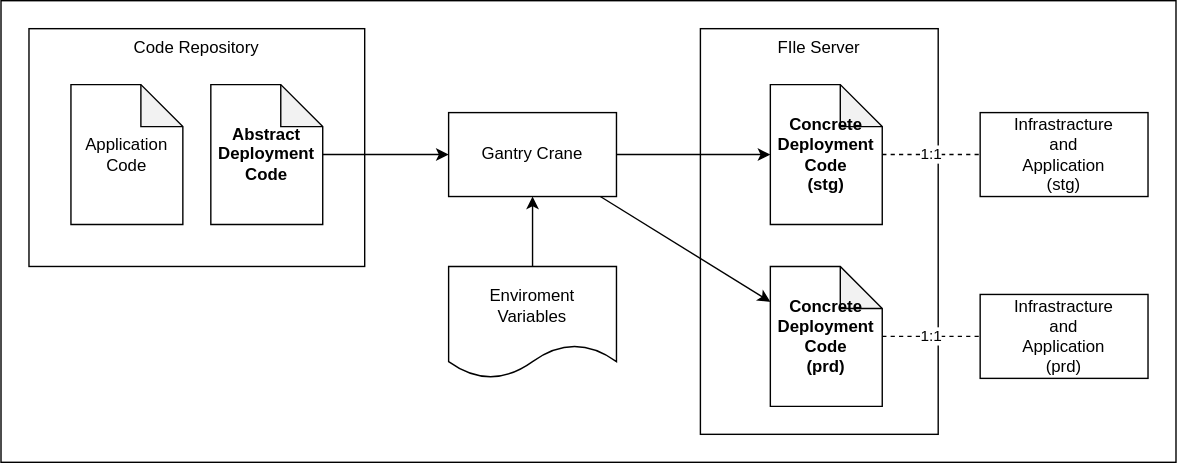
This is doc/images/adc-and-cdc.drawio.svg from SIOS-Technology-Inc/dacrane, a draw.io export, as it was before one commit. Source tidied: cells renumbered, new cells last; positions are measured from the earlier drawing's top-left corner, leaving out a move shared by most shapes.
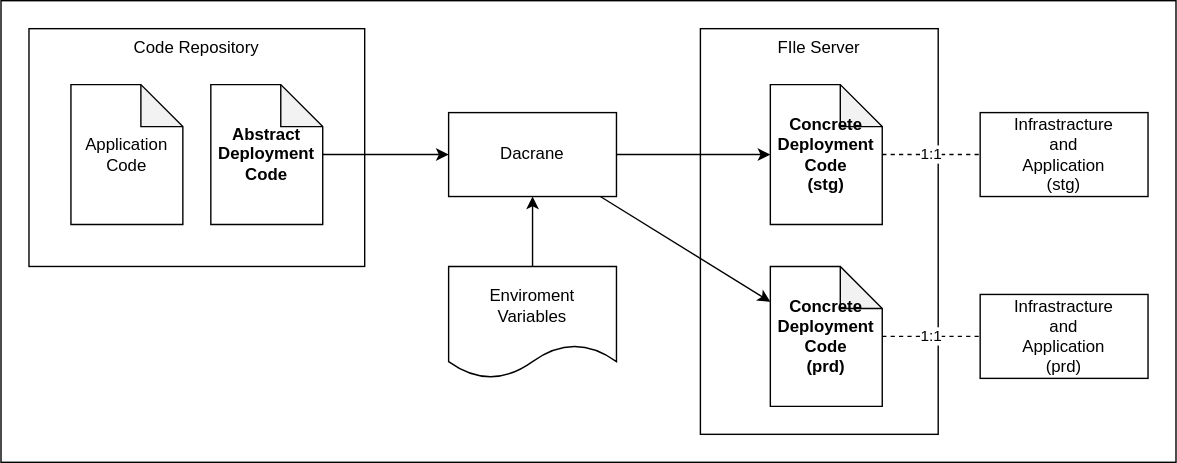
The same diagram one commit later.

Commit message:
rename Gantry Crane to Dacrane

What changed in the source:
```diff
@@ -23,7 +23,7 @@
     <mxCell id="8" style="edgeStyle=none;html=1;endArrow=classic;endFill=1;" parent="1" edge="1" source="9" target="15">
       <mxGeometry relative="1" as="geometry" />
     </mxCell>
-    <mxCell id="9" value="Gantry Crane" style="rounded=0;whiteSpace=wrap;html=1;" parent="1" vertex="1">
+    <mxCell id="9" value="Dacrane" style="rounded=0;whiteSpace=wrap;html=1;" parent="1" vertex="1">
       <mxGeometry x="320" y="80" width="120" height="60" as="geometry" />
     </mxCell>
     <mxCell id="10" value="1:1" style="edgeStyle=none;html=1;dashed=1;endArrow=none;endFill=0;" parent="1" edge="1" source="11" target="12">
```
